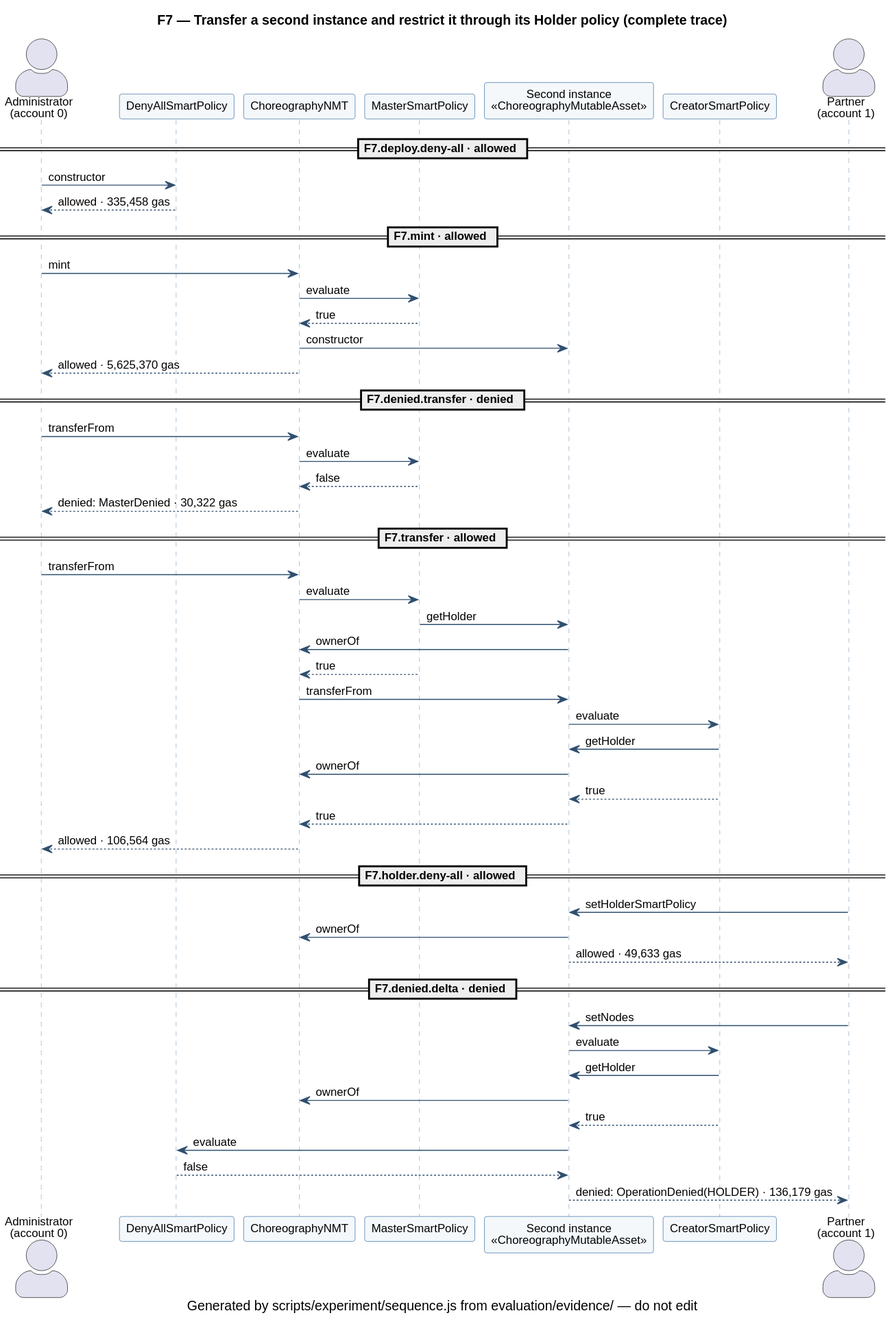
Earlier version of the PlantUML export evaluation/evidence/uml/F7-full.svg (d0na/ChorNMT). The source it was exported from:
```plantuml
@startuml
skinparam shadowing false
skinparam defaultFontName Helvetica
skinparam defaultFontSize 12
skinparam actorStyle awesome
skinparam packageStyle rectangle
skinparam usecase {
  BackgroundColor #F4F8FB
  BorderColor #3A6EA5
}
skinparam sequence {
  ParticipantBackgroundColor #F4F8FB
  ParticipantBorderColor #3A6EA5
  LifeLineBorderColor #8AA9C8
  ArrowColor #2F4F6F
}
skinparam note {
  BackgroundColor #FFF8DC
  BorderColor #C9A227
}
title F7 — Transfer a second instance and restrict it through its Holder policy (complete trace)
caption Generated by scripts/experiment/sequence.js from evaluation/evidence/ — do not edit
actor "Administrator\n(account 0)" as A0
participant "DenyAllSmartPolicy" as C19
participant "ChoreographyNMT" as C5
participant "MasterSmartPolicy" as C0
participant "Second instance\n<<ChoreographyMutableAsset>>" as C20
participant "CreatorSmartPolicy" as C1
actor "Partner\n(account 1)" as A1
== F7.deploy.deny-all · allowed ==
A0 -> C19 : constructor
C19 --> A0 : allowed · 335,458 gas
== F7.mint · allowed ==
A0 -> C5 : mint
C5 -> C0 : evaluate
C0 --> C5 : true
C5 -> C20 : constructor
C5 --> A0 : allowed · 5,625,370 gas
== F7.denied.transfer · denied ==
A0 -> C5 : transferFrom
C5 -> C0 : evaluate
C0 --> C5 : false
C5 --> A0 : denied: MasterDenied · 30,322 gas
== F7.transfer · allowed ==
A0 -> C5 : transferFrom
C5 -> C0 : evaluate
C0 -> C20 : getHolder
C20 -> C5 : ownerOf
C0 --> C5 : true
C5 -> C20 : transferFrom
C20 -> C1 : evaluate
C1 -> C20 : getHolder
C20 -> C5 : ownerOf
C1 --> C20 : true
C20 --> C5 : true
C5 --> A0 : allowed · 106,564 gas
== F7.holder.deny-all · allowed ==
A1 -> C20 : setHolderSmartPolicy
C20 -> C5 : ownerOf
C20 --> A1 : allowed · 49,633 gas
== F7.denied.delta · denied ==
A1 -> C20 : setNodes
C20 -> C1 : evaluate
C1 -> C20 : getHolder
C20 -> C5 : ownerOf
C1 --> C20 : true
C20 -> C19 : evaluate
C19 --> C20 : false
C20 --> A1 : denied: OperationDenied(HOLDER) · 136,179 gas
@enduml
```
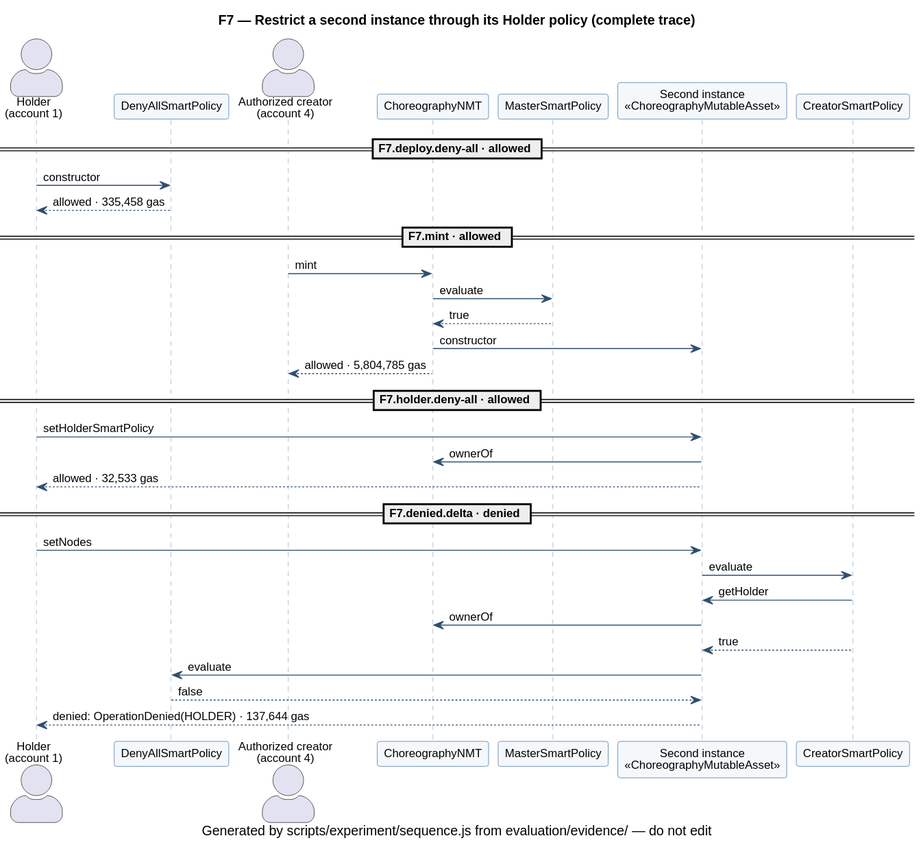
The same diagram one commit later.

Change to the diagram source:
```diff
@@ -18,53 +18,35 @@
   BackgroundColor #FFF8DC
   BorderColor #C9A227
 }
-title F7 — Transfer a second instance and restrict it through its Holder policy (complete trace)
+title F7 — Restrict a second instance through its Holder policy (complete trace)
 caption Generated by scripts/experiment/sequence.js from evaluation/evidence/ — do not edit
-actor "Administrator\n(account 0)" as A0
-participant "DenyAllSmartPolicy" as C19
+actor "Holder\n(account 1)" as A1
+participant "DenyAllSmartPolicy" as C33
+actor "Authorized creator\n(account 4)" as A4
 participant "ChoreographyNMT" as C5
 participant "MasterSmartPolicy" as C0
-participant "Second instance\n<<ChoreographyMutableAsset>>" as C20
+participant "Second instance\n<<ChoreographyMutableAsset>>" as C34
 participant "CreatorSmartPolicy" as C1
-actor "Partner\n(account 1)" as A1
 == F7.deploy.deny-all · allowed ==
-A0 -> C19 : constructor
-C19 --> A0 : allowed · 335,458 gas
+A1 -> C33 : constructor
+C33 --> A1 : allowed · 335,458 gas
 == F7.mint · allowed ==
-A0 -> C5 : mint
+A4 -> C5 : mint
 C5 -> C0 : evaluate
 C0 --> C5 : true
-C5 -> C20 : constructor
-C5 --> A0 : allowed · 5,625,370 gas
-== F7.denied.transfer · denied ==
-A0 -> C5 : transferFrom
-C5 -> C0 : evaluate
-C0 --> C5 : false
-C5 --> A0 : denied: MasterDenied · 30,322 gas
-== F7.transfer · allowed ==
-A0 -> C5 : transferFrom
-C5 -> C0 : evaluate
-C0 -> C20 : getHolder
-C20 -> C5 : ownerOf
-C0 --> C5 : true
-C5 -> C20 : transferFrom
-C20 -> C1 : evaluate
-C1 -> C20 : getHolder
-C20 -> C5 : ownerOf
-C1 --> C20 : true
-C20 --> C5 : true
-C5 --> A0 : allowed · 106,564 gas
+C5 -> C34 : constructor
+C5 --> A4 : allowed · 5,804,785 gas
 == F7.holder.deny-all · allowed ==
-A1 -> C20 : setHolderSmartPolicy
-C20 -> C5 : ownerOf
-C20 --> A1 : allowed · 49,633 gas
+A1 -> C34 : setHolderSmartPolicy
+C34 -> C5 : ownerOf
+C34 --> A1 : allowed · 32,533 gas
 == F7.denied.delta · denied ==
-A1 -> C20 : setNodes
-C20 -> C1 : evaluate
-C1 -> C20 : getHolder
-C20 -> C5 : ownerOf
-C1 --> C20 : true
-C20 -> C19 : evaluate
-C19 --> C20 : false
-C20 --> A1 : denied: OperationDenied(HOLDER) · 136,179 gas
+A1 -> C34 : setNodes
+C34 -> C1 : evaluate
+C1 -> C34 : getHolder
+C34 -> C5 : ownerOf
+C1 --> C34 : true
+C34 -> C33 : evaluate
+C33 --> C34 : false
+C34 --> A1 : denied: OperationDenied(HOLDER) · 137,644 gas
 @enduml
```
